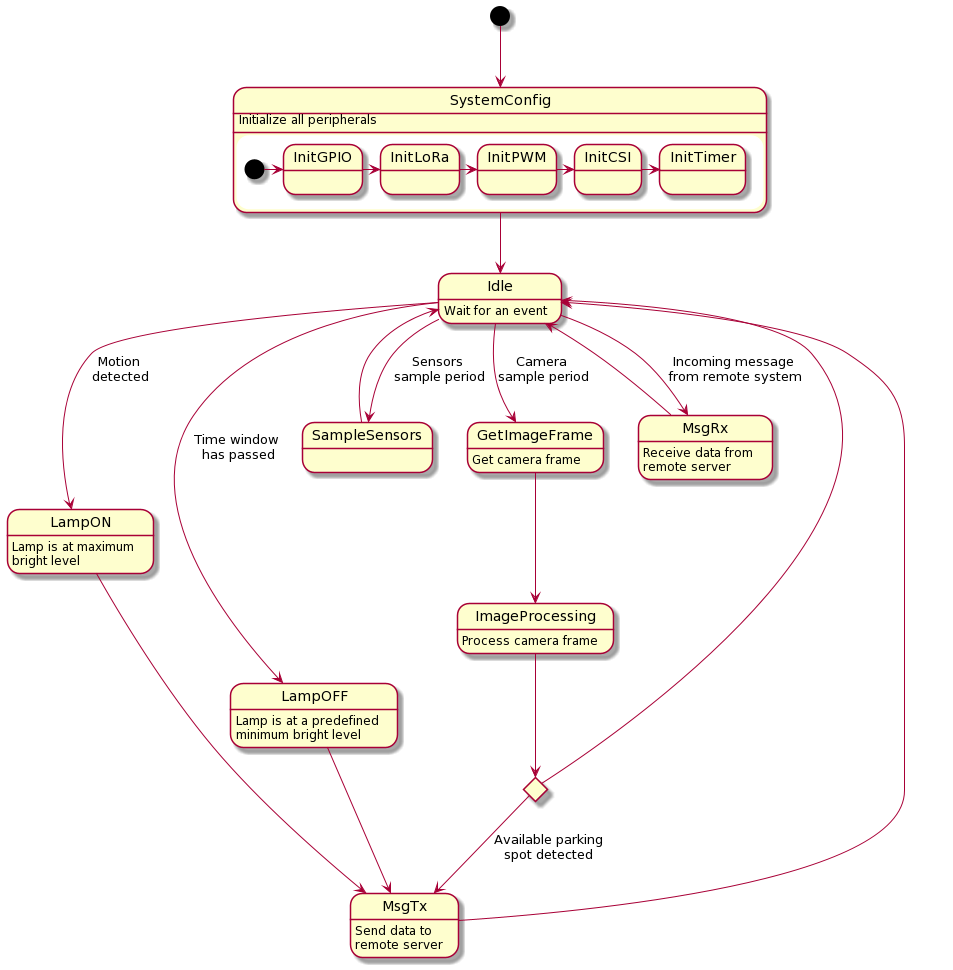
The PlantUML diagram project/report/images/04local_system/LS_StateChart.png in ESRGgroup9/slipad, before a commit. The source it was exported from:
```plantuml
@startuml
[*] --> SystemConfig

state SystemConfig {
 [*] -> InitGPIO
 InitGPIO -> InitLoRa
 InitLoRa -> InitPWM
 InitPWM -> InitCSI
 InitCSI -> InitTimer
}

SystemConfig --> Idle

Idle --> LampON : Motion \ndetected
LampON --> MsgTx
MsgTx --> Idle

Idle --> LampOFF : Time window \nhas passed
LampOFF --> MsgTx

Idle --> SampleSensors : Sensors \nsample period
SampleSensors --> Idle
Idle --> GetImageFrame : Camera \nsample period
GetImageFrame --> ImageProcessing

state c <<choice>>
ImageProcessing --> c
c --> MsgTx : Available parking\nspot detected
c --> Idle

Idle --> MsgRx : Incoming message \nfrom remote system
MsgRx --> Idle

SystemConfig : Initialize all peripherals
Idle: Wait for an event
LampON : Lamp is at maximum \nbright level
LampOFF: Lamp is at a predefined \nminimum bright level
GetImageFrame: Get camera frame
ImageProcessing: Process camera frame
MsgTx: Send data to \nremote server
MsgRx: Receive data from \nremote server
@enduml
```
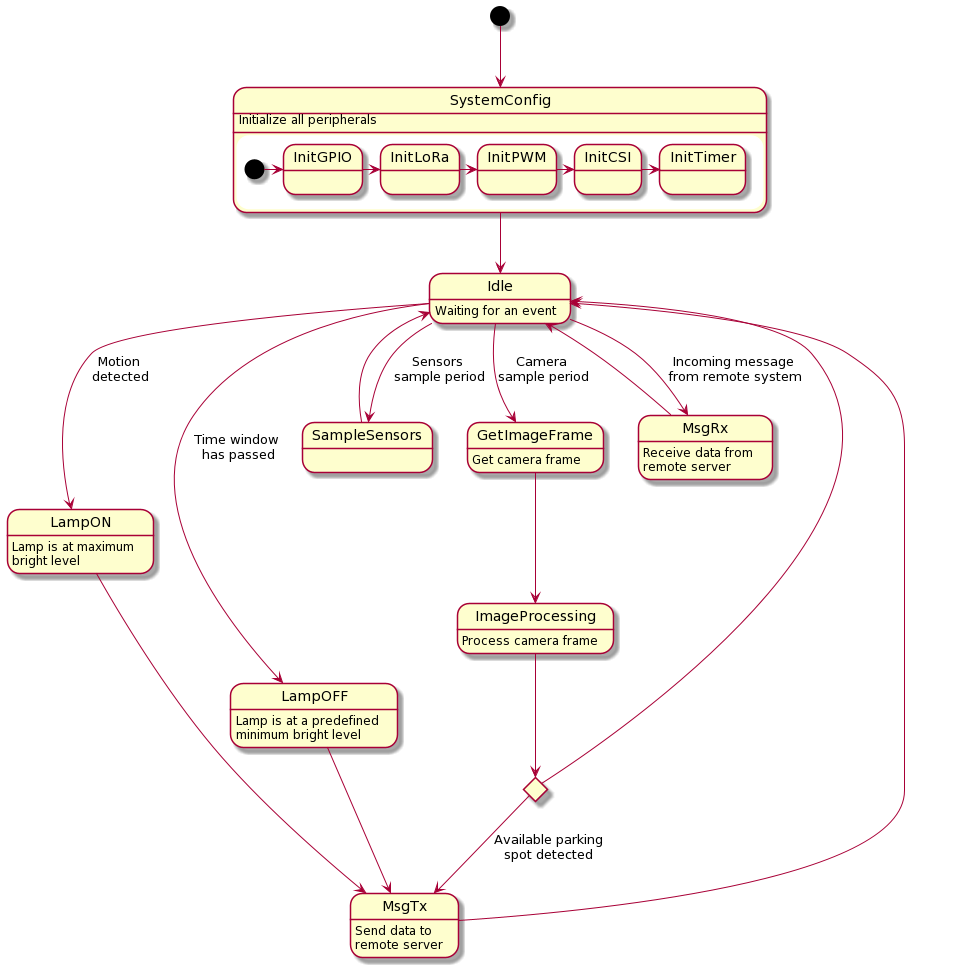
The same diagram one commit later.

Commit message:
LS Sequence diagram

Change to the diagram source:
```diff
@@ -32,7 +32,7 @@
 MsgRx --> Idle
 
 SystemConfig : Initialize all peripherals
-Idle: Wait for an event
+Idle: Waiting for an event
 LampON : Lamp is at maximum \nbright level
 LampOFF: Lamp is at a predefined \nminimum bright level
 GetImageFrame: Get camera frame
```
